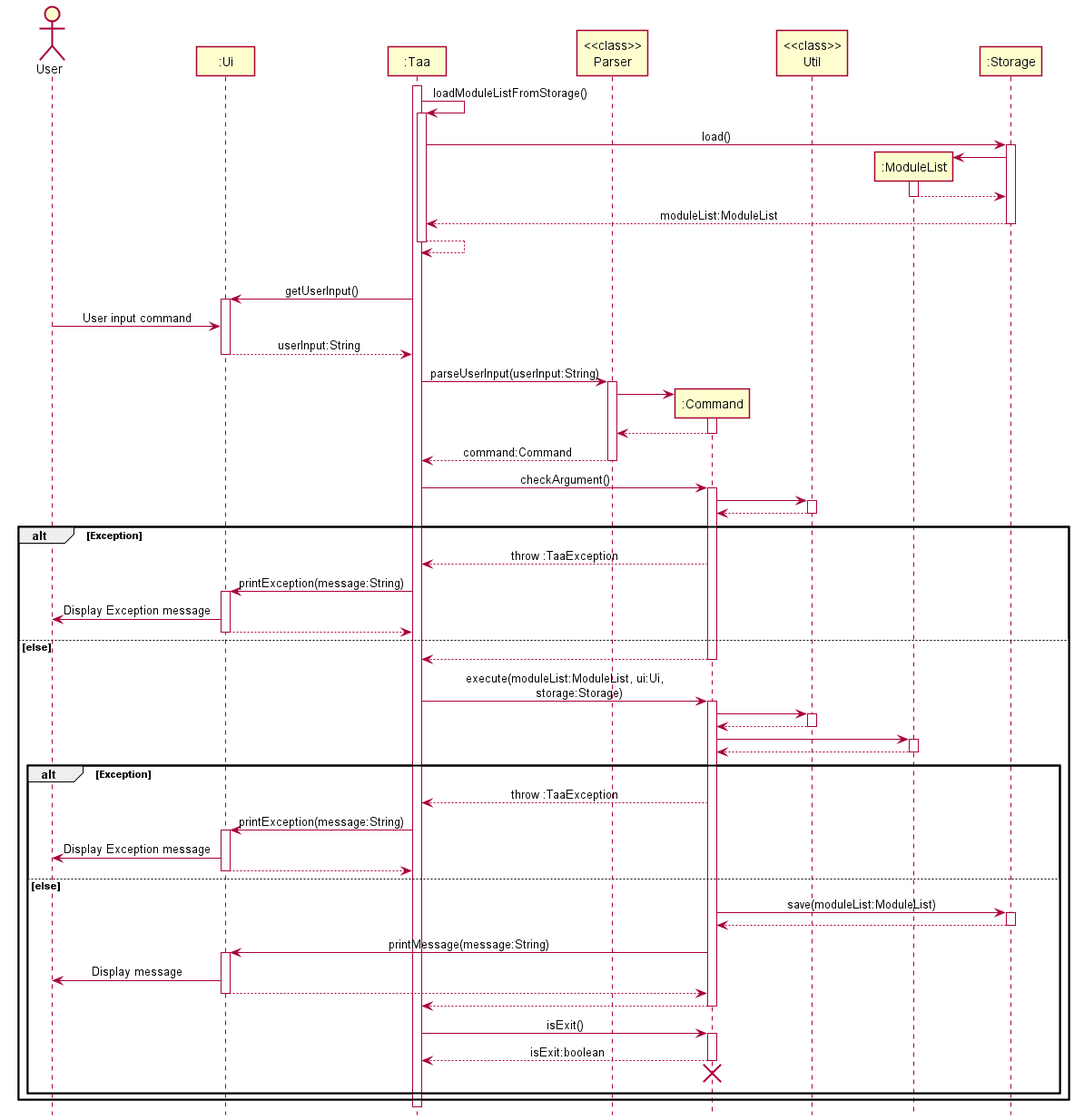
Before: docs/diagrams/ArchitectureSequenceDiagram.png, a diagram exported from PlantUML (nus-cs2113-AY2122S1/tp).
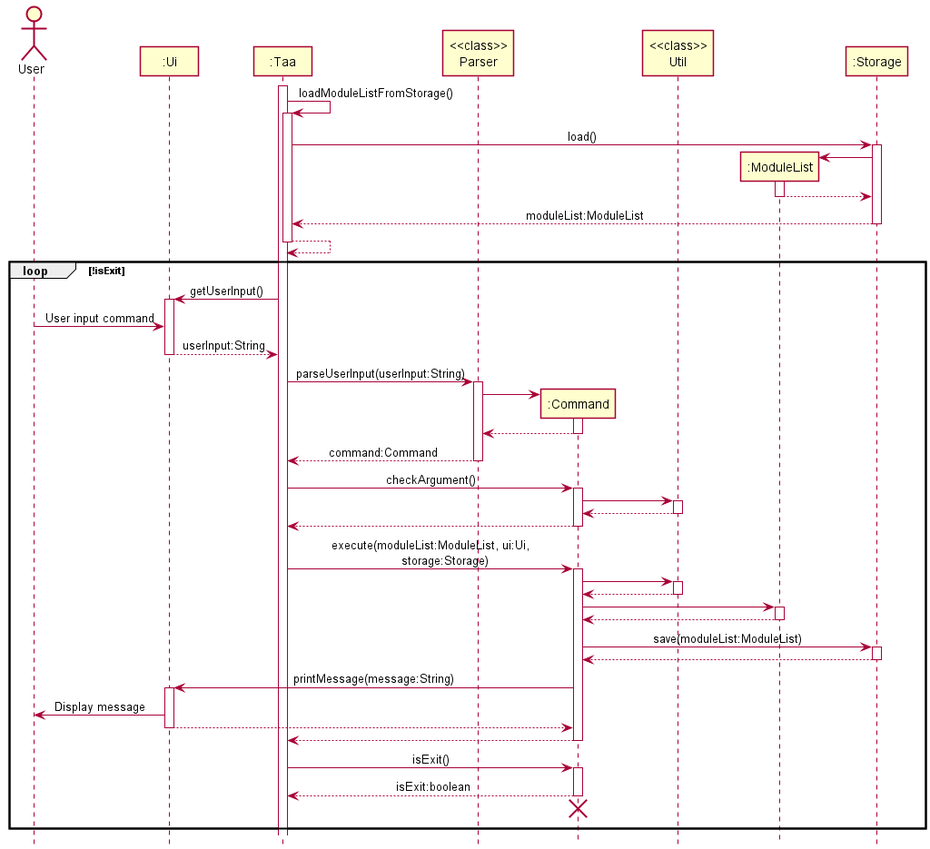
After the commit.

Commit message:
Make sequence diagrams simplier

The edit, as a diff of the source:
```diff
@@ -58,15 +58,6 @@
 util --> command
 deactivate util
 
-alt Exception
-command --> taa : throw :TaaException
-taa -> ui : printException(message:String)
-activate ui
-ui -> user : Display Exception message
-ui --> taa
-deactivate ui
-
-else else
 command --> taa
 deactivate command
 
@@ -83,15 +74,6 @@
 moduleList --> command
 deactivate moduleList
 
-alt Exception
-command --> taa : throw :TaaException
-taa -> ui : printException(message:String)
-activate ui
-ui -> user : Display Exception message
-ui --> taa
-deactivate ui
-
-else else
 command -> storage : save(moduleList:ModuleList)
 activate storage
 storage --> command
@@ -116,6 +98,5 @@
 taa -[hidden]-> command
 
 end
-end
 
 @enduml
```
